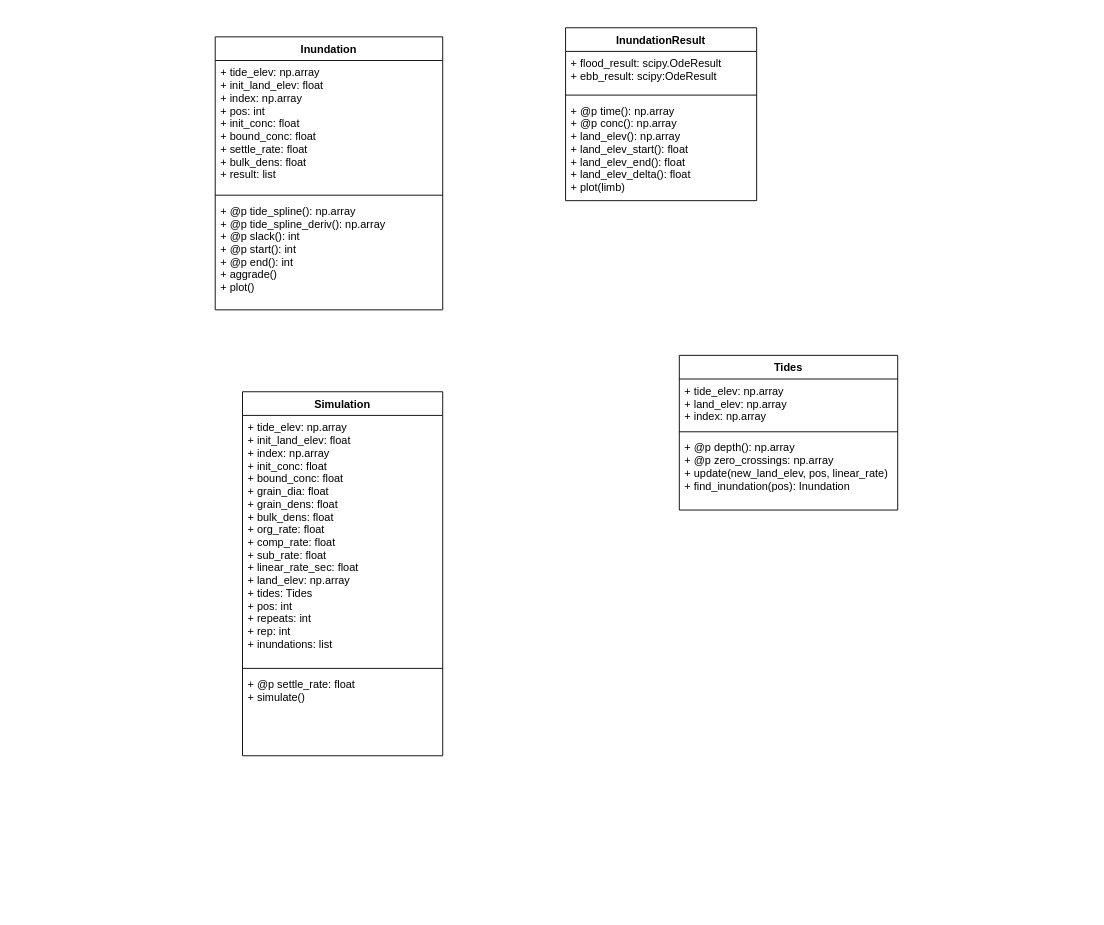
Earlier version of the draw.io diagram docs/Untitled Diagram.drawio (christasich/tidal_flat_0d). Source tidied: cells renumbered, new cells numbered last; positions are measured from the earlier drawing's top-left corner, leaving out a move shared by most shapes. Both pictures are drawn from the tidied source at 91%, with x=0, y=0 at pixel (215, 27).
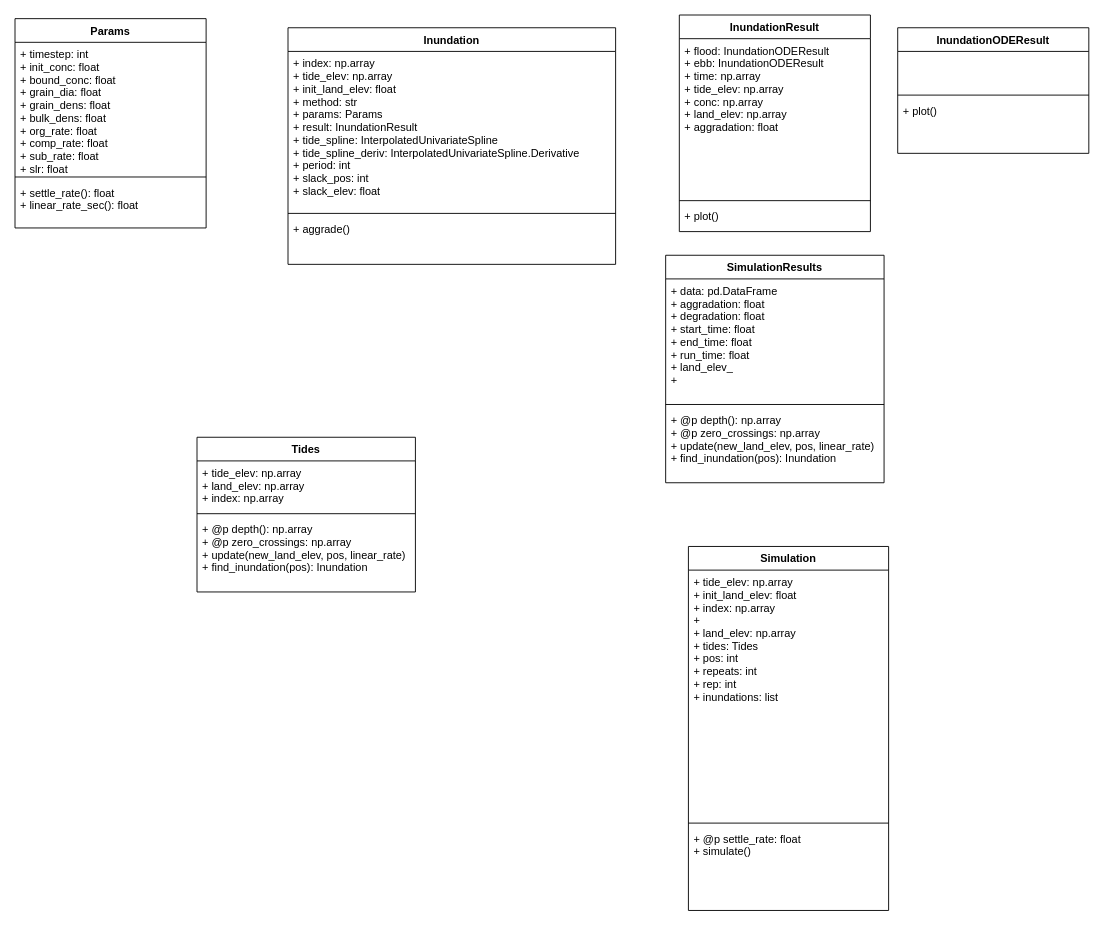
The same page after the edit.

What changed in the source:
```diff
@@
     <mxCell id="2" value="Simulation" style="swimlane;fontStyle=1;align=center;verticalAlign=top;horizontal=1;startSize=26;" parent="1" vertex="1">
-      <mxGeometry x="30" y="400" width="220" height="400" as="geometry" />
+      <mxGeometry x="520" y="570" width="220" height="400" as="geometry" />
     </mxCell>
-    <mxCell id="3" value="+ tide_elev: np.array&#10;+ init_land_elev: float&#10;+ index: np.array&#10;+ init_conc: float&#10;+ bound_conc: float&#10;+ grain_dia: float&#10;+ grain_dens: float&#10;+ bulk_dens: float&#10;+ org_rate: float&#10;+ comp_rate: float&#10;+ sub_rate: float&#10;+ linear_rate_sec: float&#10;+ land_elev: np.array&#10;+ tides: Tides&#10;+ pos: int&#10;+ repeats: int&#10;+ rep: int&#10;+ inundations: list" style="text;strokeColor=none;fillColor=none;align=left;verticalAlign=top;spacingLeft=4;spacingRight=4;overflow=hidden;" parent="2" vertex="1">
+    <mxCell id="3" value="+ tide_elev: np.array&#10;+ init_land_elev: float&#10;+ index: np.array&#10;+ &#10;+ land_elev: np.array&#10;+ tides: Tides&#10;+ pos: int&#10;+ repeats: int&#10;+ rep: int&#10;+ inundations: list" style="text;strokeColor=none;fillColor=none;align=left;verticalAlign=top;spacingLeft=4;spacingRight=4;overflow=hidden;" parent="2" vertex="1">
       <mxGeometry y="26" width="220" height="274" as="geometry" />
     </mxCell>
@@
     <mxCell id="6" value="Inundation" style="swimlane;fontStyle=1;align=center;verticalAlign=top;horizontal=1;startSize=26;" parent="1" vertex="1">
-      <mxGeometry y="10" width="250" height="300" as="geometry" />
+      <mxGeometry x="80" width="360" height="260" as="geometry" />
     </mxCell>
-    <mxCell id="7" value="+ tide_elev: np.array&#10;+ init_land_elev: float&#10;+ index: np.array&#10;+ pos: int&#10;+ init_conc: float&#10;+ bound_conc: float&#10;+ settle_rate: float&#10;+ bulk_dens: float&#10;+ result: list" style="text;strokeColor=none;fillColor=none;align=left;verticalAlign=top;spacingLeft=4;spacingRight=4;overflow=hidden;" parent="6" vertex="1">
-      <mxGeometry y="26" width="250" height="144" as="geometry" />
+    <mxCell id="7" value="+ index: np.array&#10;+ tide_elev: np.array&#10;+ init_land_elev: float&#10;+ method: str&#10;+ params: Params&#10;+ result: InundationResult&#10;+ tide_spline: InterpolatedUnivariateSpline&#10;+ tide_spline_deriv: InterpolatedUnivariateSpline.Derivative&#10;+ period: int&#10;+ slack_pos: int&#10;+ slack_elev: float" style="text;strokeColor=none;fillColor=none;align=left;verticalAlign=top;spacingLeft=4;spacingRight=4;overflow=hidden;" parent="6" vertex="1">
+      <mxGeometry y="26" width="360" height="174" as="geometry" />
     </mxCell>
     <mxCell id="8" style="line;strokeWidth=1;fillColor=none;align=left;verticalAlign=middle;spacingTop=-1;spacingLeft=3;spacingRight=3;labelPosition=right;" parent="6" vertex="1">
-      <mxGeometry y="170" width="250" height="8" as="geometry" />
+      <mxGeometry y="200" width="360" height="8" as="geometry" />
     </mxCell>
-    <mxCell id="9" value="+ @p tide_spline(): np.array&#10;+ @p tide_spline_deriv(): np.array&#10;+ @p slack(): int&#10;+ @p start(): int&#10;+ @p end(): int&#10;+ aggrade()&#10;+ plot()" style="text;strokeColor=none;fillColor=none;align=left;verticalAlign=top;spacingLeft=4;spacingRight=4;overflow=hidden;" parent="6" vertex="1">
-      <mxGeometry y="178" width="250" height="122" as="geometry" />
+    <mxCell id="9" value="+ aggrade()" style="text;strokeColor=none;fillColor=none;align=left;verticalAlign=top;spacingLeft=4;spacingRight=4;overflow=hidden;" parent="6" vertex="1">
+      <mxGeometry y="208" width="360" height="52" as="geometry" />
     </mxCell>
     <mxCell id="10" value="Tides" style="swimlane;fontStyle=1;align=center;verticalAlign=top;horizontal=1;startSize=26;" parent="1" vertex="1">
-      <mxGeometry x="510" y="360" width="240" height="170" as="geometry" />
+      <mxGeometry x="-20" y="450" width="240" height="170" as="geometry" />
     </mxCell>
@@
     <mxCell id="14" value="InundationResult" style="swimlane;fontStyle=1;align=center;verticalAlign=top;horizontal=1;startSize=26;" parent="1" vertex="1">
-      <mxGeometry x="385" width="210" height="190" as="geometry" />
+      <mxGeometry x="510" y="-14" width="210" height="238" as="geometry" />
     </mxCell>
-    <mxCell id="15" value="+ flood_result: scipy.OdeResult&#10;+ ebb_result: scipy:OdeResult" style="text;strokeColor=none;fillColor=none;align=left;verticalAlign=top;spacingLeft=4;spacingRight=4;overflow=hidden;" parent="14" vertex="1">
-      <mxGeometry y="26" width="210" height="44" as="geometry" />
+    <mxCell id="15" value="+ flood: InundationODEResult&#10;+ ebb: InundationODEResult&#10;+ time: np.array&#10;+ tide_elev: np.array&#10;+ conc: np.array&#10;+ land_elev: np.array&#10;+ aggradation: float&#10;" style="text;strokeColor=none;fillColor=none;align=left;verticalAlign=top;spacingLeft=4;spacingRight=4;overflow=hidden;" parent="14" vertex="1">
+      <mxGeometry y="26" width="210" height="174" as="geometry" />
     </mxCell>
     <mxCell id="16" style="line;strokeWidth=1;fillColor=none;align=left;verticalAlign=middle;spacingTop=-1;spacingLeft=3;spacingRight=3;labelPosition=right;" parent="14" vertex="1">
-      <mxGeometry y="70" width="210" height="8" as="geometry" />
+      <mxGeometry y="200" width="210" height="8" as="geometry" />
     </mxCell>
-    <mxCell id="17" value="+ @p time(): np.array&#10;+ @p conc(): np.array&#10;+ land_elev(): np.array&#10;+ land_elev_start(): float&#10;+ land_elev_end(): float&#10;+ land_elev_delta(): float&#10;+ plot(limb)" style="text;strokeColor=none;fillColor=none;align=left;verticalAlign=top;spacingLeft=4;spacingRight=4;overflow=hidden;" parent="14" vertex="1">
-      <mxGeometry y="78" width="210" height="112" as="geometry" />
+    <mxCell id="17" value="+ plot()" style="text;strokeColor=none;fillColor=none;align=left;verticalAlign=top;spacingLeft=4;spacingRight=4;overflow=hidden;" parent="14" vertex="1">
+      <mxGeometry y="208" width="210" height="30" as="geometry" />
     </mxCell>
+    <mxCell id="18" value="Params" style="swimlane;fontStyle=1;align=center;verticalAlign=top;horizontal=1;startSize=26;" parent="1" vertex="1">
+      <mxGeometry x="-220" y="-10" width="210" height="230" as="geometry" />
+    </mxCell>
+    <mxCell id="19" value="+ timestep: int&#10;+ init_conc: float&#10;+ bound_conc: float&#10;+ grain_dia: float&#10;+ grain_dens: float&#10;+ bulk_dens: float&#10;+ org_rate: float&#10;+ comp_rate: float&#10;+ sub_rate: float&#10;+ slr: float" style="text;strokeColor=none;fillColor=none;align=left;verticalAlign=top;spacingLeft=4;spacingRight=4;overflow=hidden;" parent="18" vertex="1">
+      <mxGeometry y="26" width="210" height="144" as="geometry" />
+    </mxCell>
+    <mxCell id="20" style="line;strokeWidth=1;fillColor=none;align=left;verticalAlign=middle;spacingTop=-1;spacingLeft=3;spacingRight=3;labelPosition=right;" parent="18" vertex="1">
+      <mxGeometry y="170" width="210" height="8" as="geometry" />
+    </mxCell>
+    <mxCell id="21" value="+ settle_rate(): float&#10;+ linear_rate_sec(): float" style="text;strokeColor=none;fillColor=none;align=left;verticalAlign=top;spacingLeft=4;spacingRight=4;overflow=hidden;" parent="18" vertex="1">
+      <mxGeometry y="178" width="210" height="52" as="geometry" />
+    </mxCell>
+    <mxCell id="22" value="InundationODEResult" style="swimlane;fontStyle=1;align=center;verticalAlign=top;horizontal=1;startSize=26;" parent="1" vertex="1">
+      <mxGeometry x="750" width="210" height="138" as="geometry" />
+    </mxCell>
+    <mxCell id="23" value="&#10;&#10;" style="text;strokeColor=none;fillColor=none;align=left;verticalAlign=top;spacingLeft=4;spacingRight=4;overflow=hidden;" parent="22" vertex="1">
+      <mxGeometry y="26" width="210" height="44" as="geometry" />
+    </mxCell>
+    <mxCell id="24" style="line;strokeWidth=1;fillColor=none;align=left;verticalAlign=middle;spacingTop=-1;spacingLeft=3;spacingRight=3;labelPosition=right;" parent="22" vertex="1">
+      <mxGeometry y="70" width="210" height="8" as="geometry" />
+    </mxCell>
+    <mxCell id="25" value="+ plot()" style="text;strokeColor=none;fillColor=none;align=left;verticalAlign=top;spacingLeft=4;spacingRight=4;overflow=hidden;" parent="22" vertex="1">
+      <mxGeometry y="78" width="210" height="60" as="geometry" />
+    </mxCell>
+    <mxCell id="26" value="SimulationResults" style="swimlane;fontStyle=1;align=center;verticalAlign=top;horizontal=1;startSize=26;" parent="1" vertex="1">
+      <mxGeometry x="495" y="250" width="240" height="250" as="geometry" />
+    </mxCell>
+    <mxCell id="27" value="+ data: pd.DataFrame&#10;+ aggradation: float&#10;+ degradation: float&#10;+ start_time: float&#10;+ end_time: float&#10;+ run_time: float&#10;+ land_elev_&#10;+ " style="text;strokeColor=none;fillColor=none;align=left;verticalAlign=top;spacingLeft=4;spacingRight=4;overflow=hidden;" parent="26" vertex="1">
+      <mxGeometry y="26" width="240" height="134" as="geometry" />
+    </mxCell>
+    <mxCell id="28" style="line;strokeWidth=1;fillColor=none;align=left;verticalAlign=middle;spacingTop=-1;spacingLeft=3;spacingRight=3;labelPosition=right;" parent="26" vertex="1">
+      <mxGeometry y="160" width="240" height="8" as="geometry" />
+    </mxCell>
+    <mxCell id="29" value="+ @p depth(): np.array&#10;+ @p zero_crossings: np.array&#10;+ update(new_land_elev, pos, linear_rate)&#10;+ find_inundation(pos): Inundation" style="text;strokeColor=none;fillColor=none;align=left;verticalAlign=top;spacingLeft=4;spacingRight=4;overflow=hidden;" parent="26" vertex="1">
+      <mxGeometry y="168" width="240" height="82" as="geometry" />
+    </mxCell>
```
